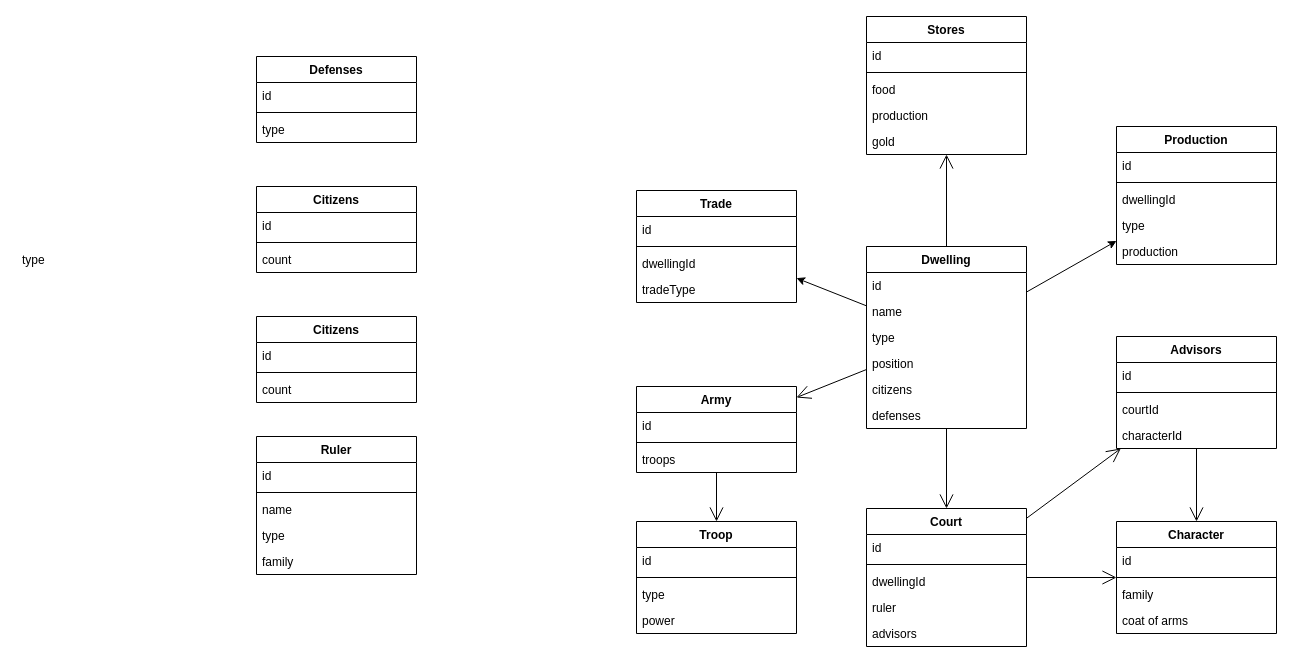
Above: _designs/city_army.drawio in Oglop/RPGSim_r2 (draw.io), before the change. Source tidied: cells renumbered, new cells numbered last; positions are measured from the earlier drawing's top-left corner, leaving out a move shared by most shapes. Both pictures are drawn from the tidied source at 100%, with x=0, y=0 at pixel (16, 16).
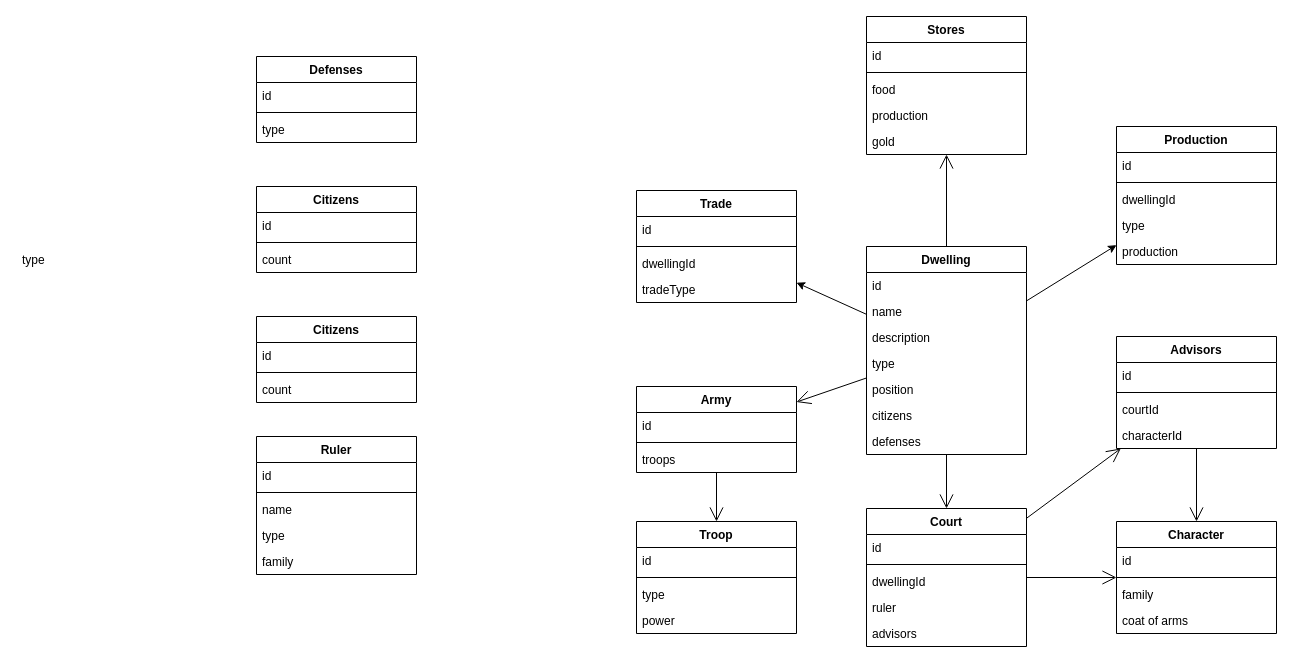
Above is the later version.

Commit message:
update model city army

What changed in the source:
```diff
@@
     <mxCell id="2" value="Dwelling" style="swimlane;fontStyle=1;align=center;verticalAlign=top;horizontal=1;startSize=26;" parent="1" vertex="1">
-      <mxGeometry x="850" y="230" width="160" height="182" as="geometry" />
+      <mxGeometry x="850" y="230" width="160" height="208" as="geometry" />
     </mxCell>
@@
+    <mxCell id="79" value="description" style="text;strokeColor=none;fillColor=none;align=left;verticalAlign=top;spacingLeft=4;spacingRight=4;overflow=hidden;" parent="2" vertex="1">
+      <mxGeometry y="78" width="160" height="26" as="geometry" />
+    </mxCell>
     <mxCell id="5" value="type" style="text;strokeColor=none;fillColor=none;align=left;verticalAlign=top;spacingLeft=4;spacingRight=4;overflow=hidden;" parent="2" vertex="1">
-      <mxGeometry y="78" width="160" height="26" as="geometry" />
+      <mxGeometry y="104" width="160" height="26" as="geometry" />
     </mxCell>
     <mxCell id="6" value="position" style="text;strokeColor=none;fillColor=none;align=left;verticalAlign=top;spacingLeft=4;spacingRight=4;overflow=hidden;" parent="2" vertex="1">
-      <mxGeometry y="104" width="160" height="26" as="geometry" />
+      <mxGeometry y="130" width="160" height="26" as="geometry" />
     </mxCell>
     <mxCell id="7" value="citizens" style="text;strokeColor=none;fillColor=none;align=left;verticalAlign=top;spacingLeft=4;spacingRight=4;overflow=hidden;" parent="2" vertex="1">
-      <mxGeometry y="130" width="160" height="26" as="geometry" />
+      <mxGeometry y="156" width="160" height="26" as="geometry" />
     </mxCell>
     <mxCell id="8" value="defenses" style="text;strokeColor=none;fillColor=none;align=left;verticalAlign=top;spacingLeft=4;spacingRight=4;overflow=hidden;" parent="2" vertex="1">
-      <mxGeometry y="156" width="160" height="26" as="geometry" />
+      <mxGeometry y="182" width="160" height="26" as="geometry" />
     </mxCell>
```
